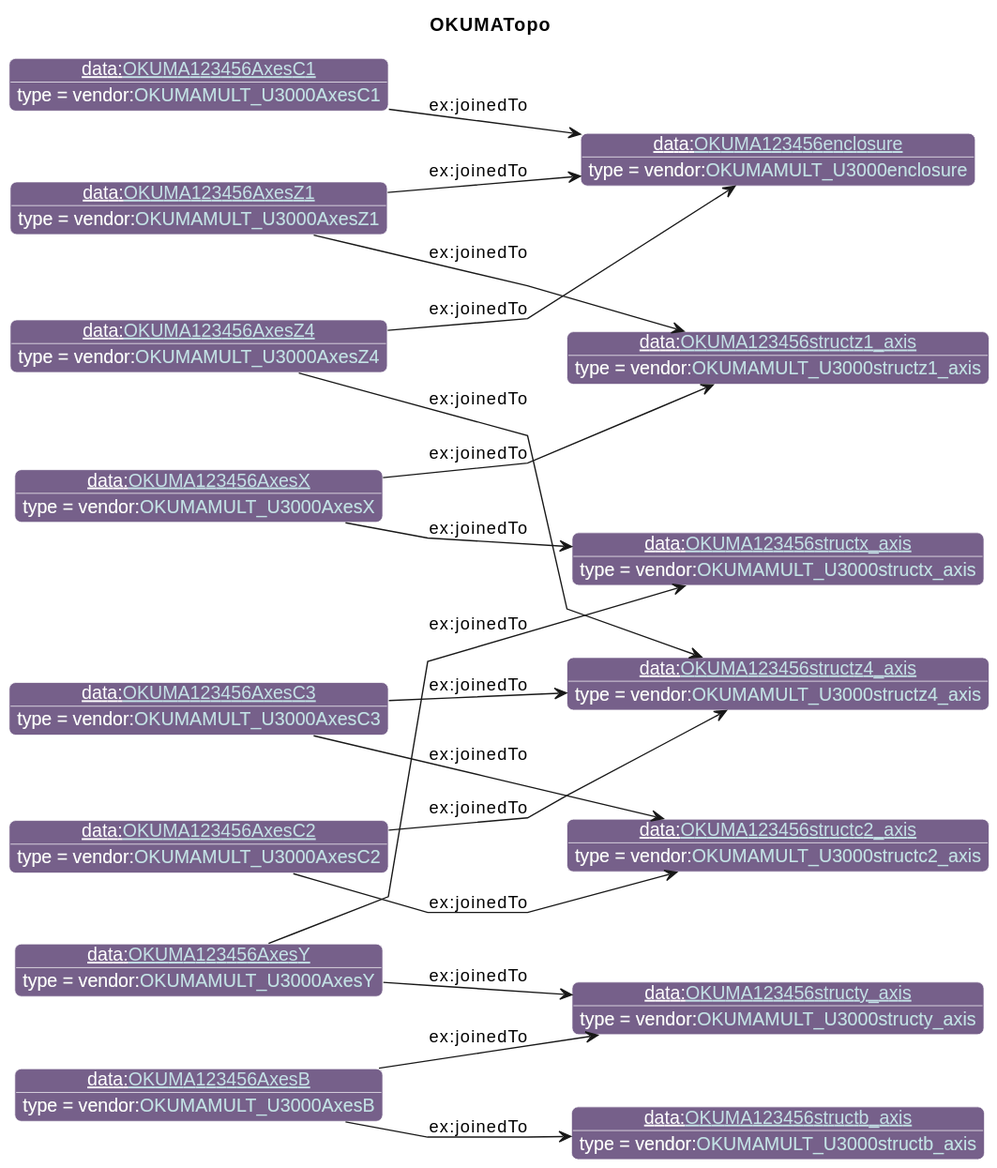
The PlantUML diagram diagrams/OKUMATopo.svg in iofoundry/example-syseng-mtconnect, before a commit.
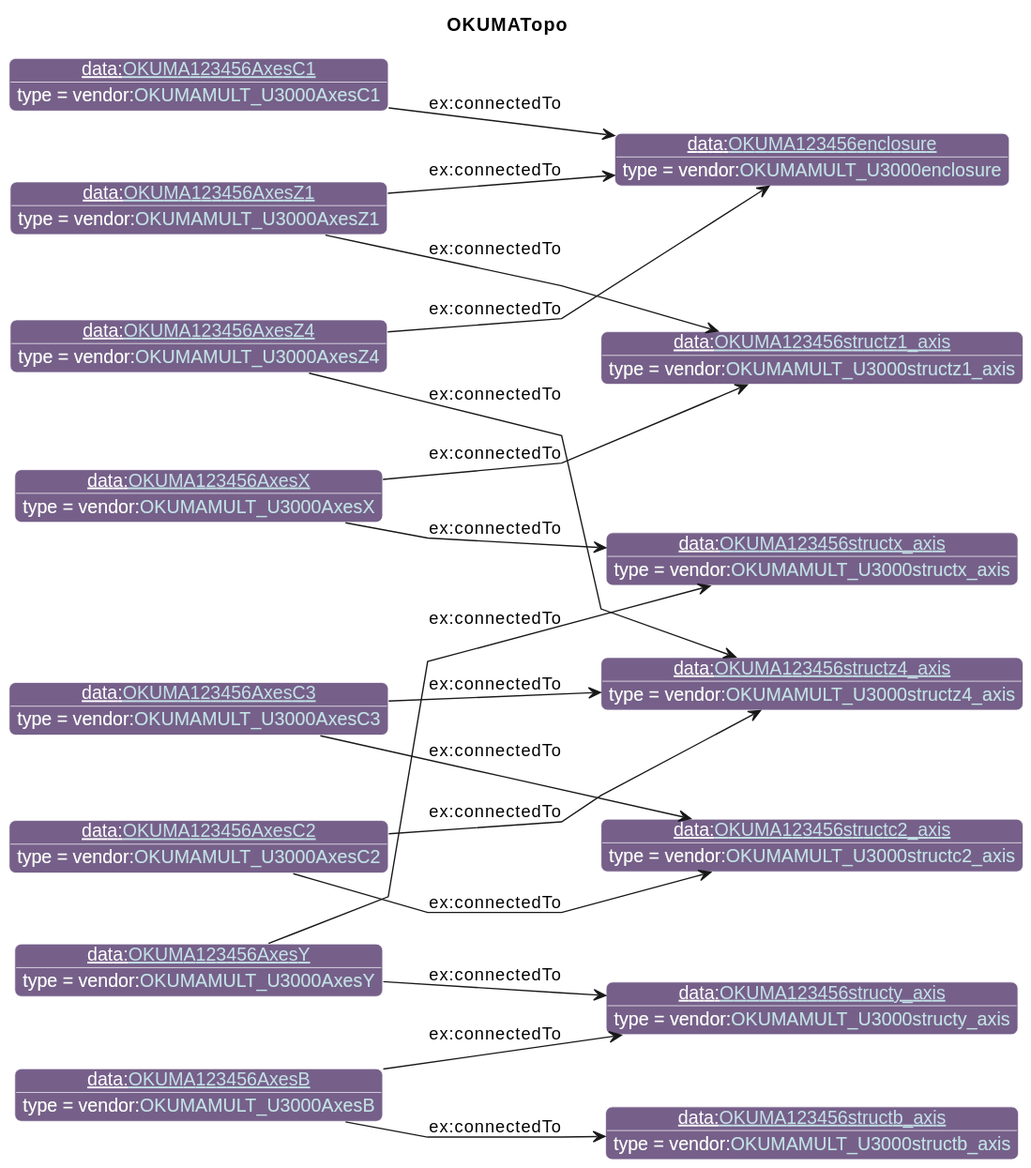
After the commit.

The edit, as a diff of the source:
```diff
@@ -40,19 +40,19 @@
 individual(o12, data:[[./OKUMA123456AxesC2.html OKUMA123456AxesC2]], vendor:[[../OKUMA.html#OKUMAMULT_U3000AxesC2 OKUMAMULT_U3000AxesC2]])
 individual(o13, data:[[./OKUMA123456structc2_axis.html OKUMA123456structc2_axis]], vendor:[[../OKUMA.html#OKUMAMULT_U3000structc2_axis OKUMAMULT_U3000structc2_axis]])
 individual(o14, data:[[./OKUMA123456AxesC3.html OKUMA123456AxesC3]], vendor:[[../OKUMA.html#OKUMAMULT_U3000AxesC3 OKUMAMULT_U3000AxesC3]])
-property(o0, "ex:joinedTo", o1)
-property(o0, "ex:joinedTo", o2)
-property(o3, "ex:joinedTo", o2)
-property(o3, "ex:joinedTo", o4)
-property(o5, "ex:joinedTo", o6)
-property(o5, "ex:joinedTo", o1)
-property(o7, "ex:joinedTo", o4)
-property(o7, "ex:joinedTo", o8)
-property(o9, "ex:joinedTo", o6)
-property(o10, "ex:joinedTo", o6)
-property(o10, "ex:joinedTo", o11)
-property(o12, "ex:joinedTo", o11)
-property(o12, "ex:joinedTo", o13)
-property(o14, "ex:joinedTo", o11)
-property(o14, "ex:joinedTo", o13)
+property(o0, "ex:connectedTo", o1)
+property(o0, "ex:connectedTo", o2)
+property(o3, "ex:connectedTo", o2)
+property(o3, "ex:connectedTo", o4)
+property(o5, "ex:connectedTo", o6)
+property(o5, "ex:connectedTo", o1)
+property(o7, "ex:connectedTo", o4)
+property(o7, "ex:connectedTo", o8)
+property(o9, "ex:connectedTo", o6)
+property(o10, "ex:connectedTo", o6)
+property(o10, "ex:connectedTo", o11)
+property(o12, "ex:connectedTo", o11)
+property(o12, "ex:connectedTo", o13)
+property(o14, "ex:connectedTo", o11)
+property(o14, "ex:connectedTo", o13)
 @enduml
```
